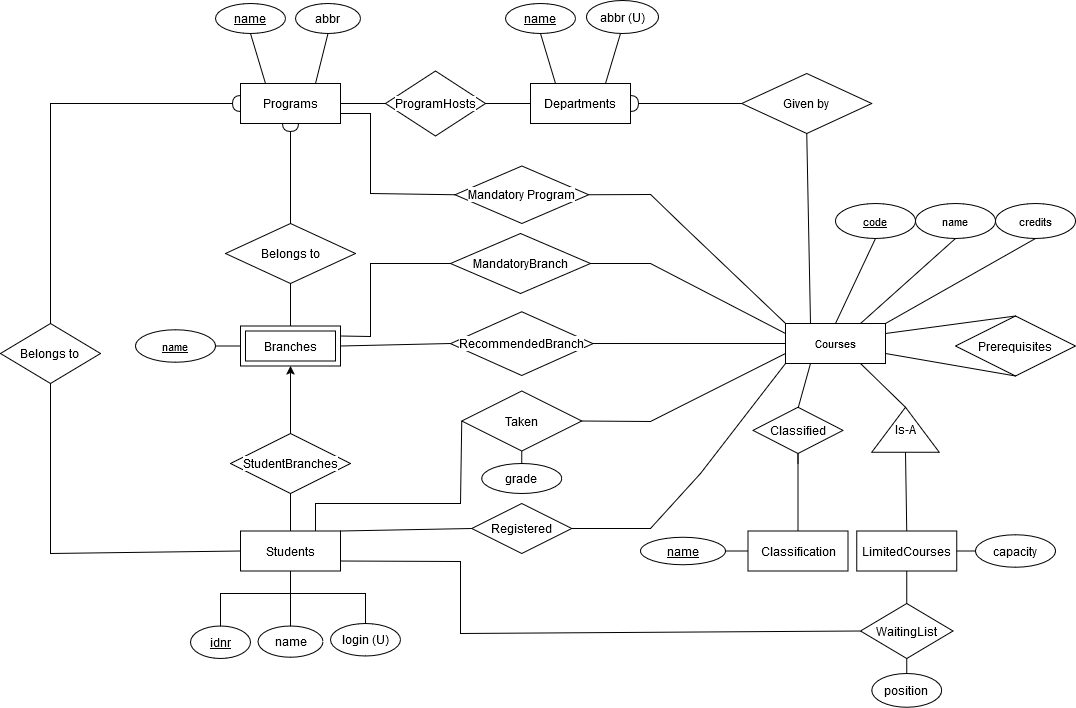
kevinpettersson/DIT622-DATABASES keeps this draw.io diagram as Part2/ER.png. Above is the earlier version. Source tidied: cells renumbered, new cells last; positions are measured from the earlier drawing's top-left corner, leaving out a move shared by most shapes.
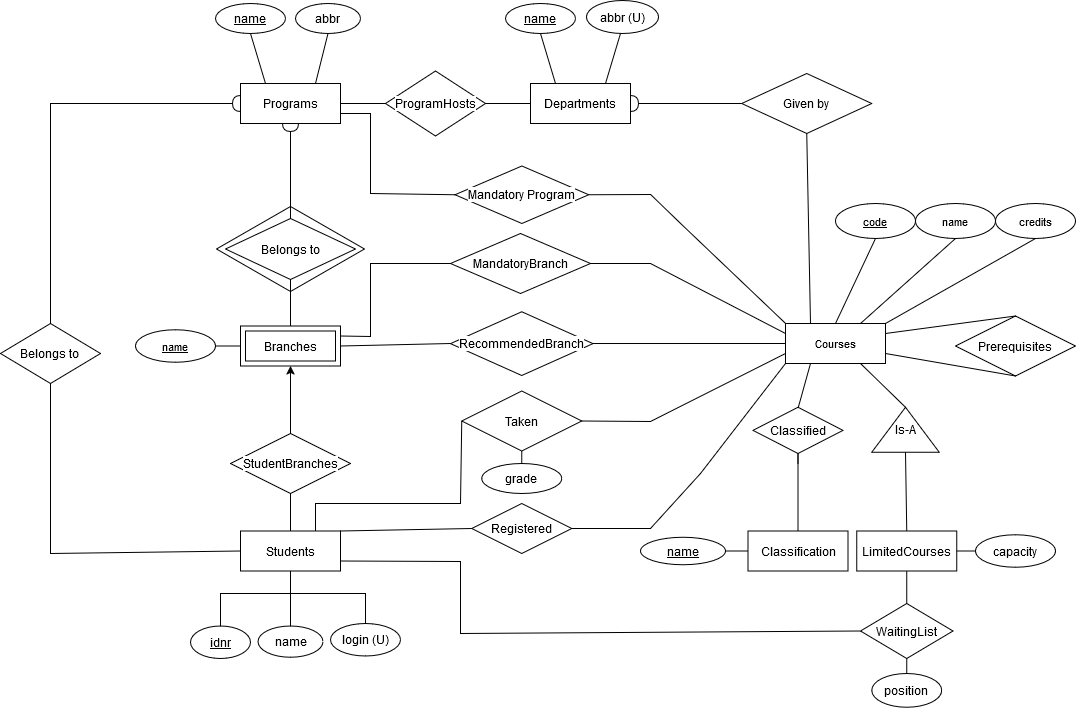
After the change.

Diff of the diagram source:
```diff
@@ -2,6 +2,9 @@
   <root>
     <mxCell id="0" />
     <mxCell id="1" parent="0" />
+    <mxCell id="82" value="Relationship" style="shape=rhombus;perimeter=rhombusPerimeter;whiteSpace=wrap;html=1;align=center;" parent="1" vertex="1">
+      <mxGeometry x="216" y="206" width="148" height="85" as="geometry" />
+    </mxCell>
     <mxCell id="2" value="Programs" style="whiteSpace=wrap;html=1;align=center;rounded=0;fontColor=default;labelBackgroundColor=default;labelBorderColor=none;" parent="1" vertex="1">
       <mxGeometry x="240" y="83" width="100" height="40" as="geometry" />
     </mxCell>
@@ -30,7 +33,7 @@
       <mxGeometry relative="1" as="geometry" />
     </mxCell>
     <mxCell id="11" value="Belongs to" style="shape=rhombus;perimeter=rhombusPerimeter;whiteSpace=wrap;html=1;align=center;rounded=0;fontColor=default;labelBackgroundColor=default;labelBorderColor=none;" parent="1" vertex="1">
-      <mxGeometry x="225" y="223" width="130" height="60" as="geometry" />
+      <mxGeometry x="225" y="218" width="130" height="61" as="geometry" />
     </mxCell>
     <mxCell id="12" style="endArrow=none;html=1;rounded=0;exitX=0.5;exitY=0;exitDx=0;exitDy=0;entryX=0.5;entryY=1;entryDx=0;entryDy=0;fontColor=default;labelBackgroundColor=default;labelBorderColor=none;" parent="1" edge="1" target="11">
       <mxGeometry relative="1" as="geometry">
```
